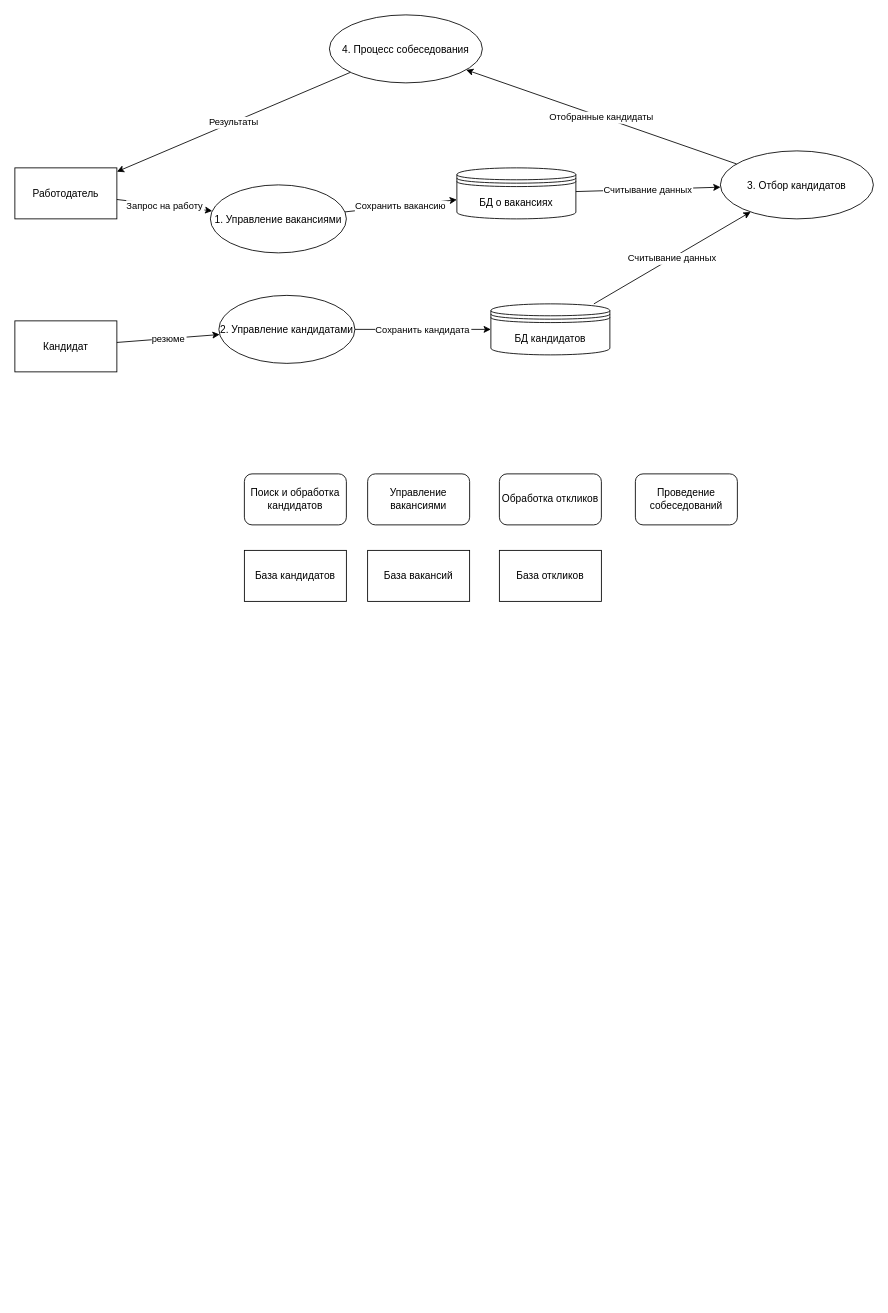
Above: page "DFD Level 1" (2 of 2) of DFD.drawio in Regdal-cyber/Coursework (draw.io), before the change. Source tidied: cells renumbered, new cells numbered last; positions are measured from the earlier drawing's top-left corner, leaving out a move shared by most shapes. Both pictures are drawn from the tidied source at 85%, with x=0, y=0 at pixel (14, 14).
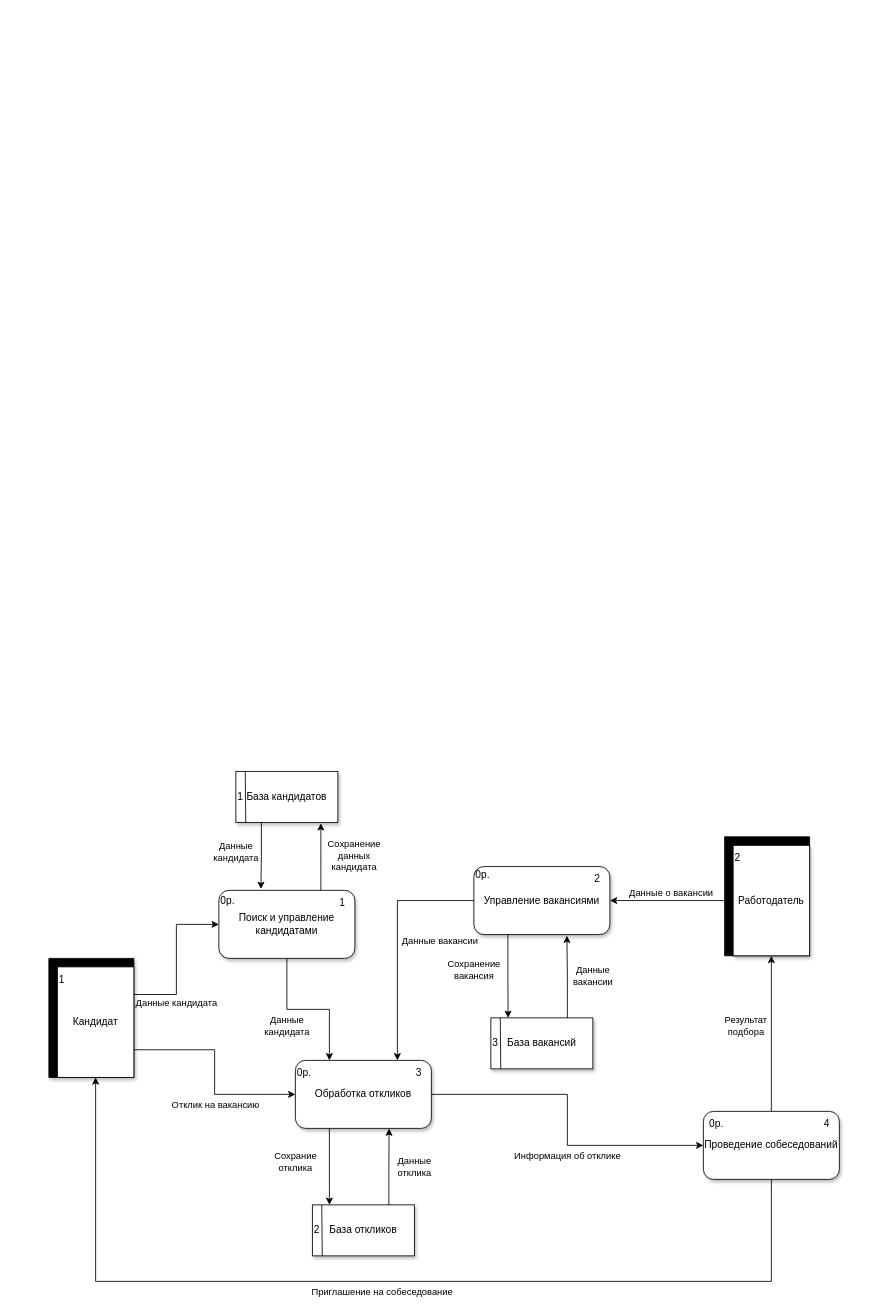
Above is the later version.

What changed in the source:
```diff
@@
+    <mxCell id="25" style="verticalLabelPosition=bottom;verticalAlign=top;html=1;shape=mxgraph.basic.rect;fillColor2=none;strokeWidth=1;size=20;indent=5;fillColor=#000000;" parent="1" vertex="1">
+      <mxGeometry x="835" y="967" width="100" height="140" as="geometry" />
+    </mxCell>
+    <mxCell id="26" value="Данные&lt;br&gt;кандидата" style="edgeStyle=orthogonalEdgeStyle;rounded=0;jettySize=auto;html=1;entryX=0.25;entryY=0;entryDx=0;entryDy=0;labelBackgroundColor=none;" parent="1" edge="1" source="18" target="20">
+      <mxGeometry x="-0.29" y="-20" relative="1" as="geometry" />
+    </mxCell>
+    <mxCell id="18" value="Поиск и управление кандидатами" style="rounded=1;whiteSpace=wrap;html=1;textShadow=0;shadow=1;" parent="1" vertex="1">
+      <mxGeometry x="240" y="1030" width="160" height="80" as="geometry" />
+    </mxCell>
+    <mxCell id="27" value="Приглашение на собеседование" style="edgeStyle=orthogonalEdgeStyle;rounded=0;jettySize=auto;html=1;exitX=0.5;exitY=1;exitDx=0;exitDy=0;labelBackgroundColor=none;verticalAlign=top;entryX=0.5;entryY=1;entryDx=0;entryDy=0;" parent="1" edge="1" source="19" target="3">
+      <mxGeometry relative="1" as="geometry">
+        <Array as="points">
+          <mxPoint x="890" y="1490" />
+          <mxPoint x="95" y="1490" />
+        </Array>
+      </mxGeometry>
+    </mxCell>
+    <mxCell id="28" value="Результат&lt;br&gt;подбора" style="edgeStyle=orthogonalEdgeStyle;rounded=0;jettySize=auto;html=1;entryX=0.5;entryY=1;entryDx=0;entryDy=0;labelBackgroundColor=none;" parent="1" edge="1" source="19" target="2">
+      <mxGeometry x="0.09" y="30" relative="1" as="geometry" />
+    </mxCell>
+    <mxCell id="19" value="Проведение собеседований" style="rounded=1;whiteSpace=wrap;html=1;textShadow=0;shadow=1;" parent="1" vertex="1">
+      <mxGeometry x="810" y="1290" width="160" height="80" as="geometry" />
+    </mxCell>
+    <mxCell id="29" value="Информация об отклике" style="edgeStyle=orthogonalEdgeStyle;rounded=0;jettySize=auto;html=1;entryX=0;entryY=0.5;entryDx=0;entryDy=0;labelBackgroundColor=none;verticalAlign=top;" parent="1" edge="1" source="20" target="19">
+      <mxGeometry x="0.16" relative="1" as="geometry" />
+    </mxCell>
+    <mxCell id="20" value="Обработка откликов" style="rounded=1;whiteSpace=wrap;html=1;textShadow=0;shadow=1;" parent="1" vertex="1">
+      <mxGeometry x="330" y="1230" width="160" height="80" as="geometry" />
+    </mxCell>
+    <mxCell id="30" value="Данные вакансии" style="edgeStyle=orthogonalEdgeStyle;rounded=0;jettySize=auto;html=1;exitX=0;exitY=0.5;exitDx=0;exitDy=0;entryX=0.75;entryY=0;entryDx=0;entryDy=0;labelBackgroundColor=none;" parent="1" edge="1" source="21" target="20">
+      <mxGeometry x="-0.71" y="48" relative="1" as="geometry" />
+    </mxCell>
+    <mxCell id="21" value="Управление вакансиями" style="rounded=1;whiteSpace=wrap;html=1;textShadow=0;shadow=1;" parent="1" vertex="1">
+      <mxGeometry x="540" y="1002" width="160" height="80" as="geometry" />
+    </mxCell>
+    <mxCell id="23" value="База вакансий" style="rounded=0;whiteSpace=wrap;html=1;strokeColor=default;shadow=1;" parent="1" vertex="1">
+      <mxGeometry x="560" y="1180" width="120" height="60" as="geometry" />
+    </mxCell>
+    <mxCell id="31" style="verticalLabelPosition=bottom;verticalAlign=top;html=1;shape=mxgraph.basic.rect;fillColor2=none;strokeWidth=1;size=20;indent=5;fillColor=#000000;shadow=1;" parent="1" vertex="1">
+      <mxGeometry x="40" y="1110" width="100" height="140" as="geometry" />
+    </mxCell>
+    <mxCell id="32" value="Данные кандидата" style="edgeStyle=orthogonalEdgeStyle;rounded=0;jettySize=auto;html=1;entryX=0;entryY=0.5;entryDx=0;entryDy=0;exitX=1;exitY=0.25;exitDx=0;exitDy=0;labelBackgroundColor=none;verticalAlign=top;" parent="1" edge="1" source="3" target="18">
+      <mxGeometry x="-0.42" relative="1" as="geometry" />
+    </mxCell>
+    <mxCell id="33" value="Отклик на вакансию" style="edgeStyle=orthogonalEdgeStyle;rounded=0;jettySize=auto;html=1;exitX=1;exitY=0.75;exitDx=0;exitDy=0;entryX=0;entryY=0.5;entryDx=0;entryDy=0;labelBackgroundColor=none;verticalAlign=top;" parent="1" edge="1" source="3" target="20">
+      <mxGeometry x="0.22" relative="1" as="geometry" />
+    </mxCell>
+    <mxCell id="3" value="Кандидат" style="rounded=0;whiteSpace=wrap;html=1;" parent="1" vertex="1">
+      <mxGeometry x="50" y="1120" width="90" height="130" as="geometry" />
+    </mxCell>
+    <mxCell id="34" value="Данные о вакансии" style="edgeStyle=orthogonalEdgeStyle;rounded=0;jettySize=auto;html=1;entryX=1;entryY=0.5;entryDx=0;entryDy=0;labelBackgroundColor=none;verticalAlign=bottom;" parent="1" edge="1" source="2" target="21">
+      <mxGeometry relative="1" as="geometry" />
+    </mxCell>
-    <mxCell id="2" value="Работодатель" style="shape=rectangle;" parent="1" vertex="1">
-      <mxGeometry y="180" width="120" height="60" as="geometry" />
+    <mxCell id="2" value="Работодатель" style="rounded=0;whiteSpace=wrap;html=1;shadow=1;" parent="1" vertex="1">
+      <mxGeometry x="845" y="977" width="90" height="130" as="geometry" />
     </mxCell>
-    <mxCell id="3" value="Кандидат" style="shape=rectangle;" parent="1" vertex="1">
-      <mxGeometry y="360" width="120" height="60" as="geometry" />
-    </mxCell>
-    <mxCell id="4" value="1. Управление вакансиями" style="ellipse;" parent="1" vertex="1">
-      <mxGeometry x="230" y="200" width="160" height="80" as="geometry" />
-    </mxCell>
-    <mxCell id="5" value="2. Управление кандидатами" style="ellipse;" parent="1" vertex="1">
-      <mxGeometry x="240" y="330" width="160" height="80" as="geometry" />
-    </mxCell>
-    <mxCell id="6" value="3. Отбор кандидатов" style="ellipse;" parent="1" vertex="1">
-      <mxGeometry x="830" y="160" width="180" height="80" as="geometry" />
-    </mxCell>
-    <mxCell id="7" value="4. Процесс собеседования" style="ellipse;" parent="1" vertex="1">
-      <mxGeometry x="370" width="180" height="80" as="geometry" />
-    </mxCell>
-    <mxCell id="8" value="БД кандидатов" style="shape=datastore;" parent="1" vertex="1">
-      <mxGeometry x="560" y="340" width="140" height="60" as="geometry" />
-    </mxCell>
-    <mxCell id="9" value="БД о вакансиях" style="shape=datastore;" parent="1" vertex="1">
-      <mxGeometry x="520" y="180" width="140" height="60" as="geometry" />
-    </mxCell>
-    <mxCell id="10" value="Запрос на работу" parent="1" edge="1" source="2" target="4">
-      <mxGeometry relative="1" as="geometry" />
-    </mxCell>
-    <mxCell id="11" value="резюме" parent="1" edge="1" source="3" target="5">
-      <mxGeometry relative="1" as="geometry" />
-    </mxCell>
-    <mxCell id="12" value="Сохранить вакансию" parent="1" edge="1" source="4" target="9">
-      <mxGeometry relative="1" as="geometry" />
-    </mxCell>
-    <mxCell id="13" value="Сохранить кандидата" parent="1" edge="1" source="5" target="8">
-      <mxGeometry relative="1" as="geometry" />
-    </mxCell>
-    <mxCell id="14" value="Считывание данных" parent="1" edge="1" source="8" target="6">
-      <mxGeometry relative="1" as="geometry" />
-    </mxCell>
-    <mxCell id="15" value="Считывание данных" parent="1" edge="1" source="9" target="6">
-      <mxGeometry relative="1" as="geometry" />
-    </mxCell>
-    <mxCell id="16" value="Отобранные кандидаты" parent="1" edge="1" source="6" target="7">
-      <mxGeometry relative="1" as="geometry" />
-    </mxCell>
-    <mxCell id="17" value="Результаты" parent="1" edge="1" source="7" target="2">
-      <mxGeometry relative="1" as="geometry" />
-    </mxCell>
-    <mxCell id="18" value="Поиск и обработка кандидатов" style="rounded=1;whiteSpace=wrap;html=1;" parent="1" vertex="1">
-      <mxGeometry x="270" y="540" width="120" height="60" as="geometry" />
-    </mxCell>
-    <mxCell id="19" value="Проведение собеседований" style="rounded=1;whiteSpace=wrap;html=1;" parent="1" vertex="1">
-      <mxGeometry x="730" y="540" width="120" height="60" as="geometry" />
-    </mxCell>
-    <mxCell id="20" value="Обработка откликов" style="rounded=1;whiteSpace=wrap;html=1;" parent="1" vertex="1">
-      <mxGeometry x="570" y="540" width="120" height="60" as="geometry" />
-    </mxCell>
-    <mxCell id="21" value="Управление вакансиями" style="rounded=1;whiteSpace=wrap;html=1;" parent="1" vertex="1">
-      <mxGeometry x="415" y="540" width="120" height="60" as="geometry" />
-    </mxCell>
+    <mxCell id="35" value="1" style="text;html=1;align=center;verticalAlign=middle;strokeColor=none;fillColor=none;" parent="1" vertex="1">
+      <mxGeometry x="370" y="1030" width="30" height="30" as="geometry" />
+    </mxCell>
+    <mxCell id="36" value="2" style="text;html=1;align=center;verticalAlign=middle;strokeColor=none;fillColor=none;" parent="1" vertex="1">
+      <mxGeometry x="670" y="1002" width="30" height="30" as="geometry" />
+    </mxCell>
+    <mxCell id="37" value="3" style="text;html=1;align=center;verticalAlign=middle;strokeColor=none;fillColor=none;" parent="1" vertex="1">
+      <mxGeometry x="460" y="1230" width="30" height="30" as="geometry" />
+    </mxCell>
+    <mxCell id="38" value="4" style="text;html=1;align=center;verticalAlign=middle;strokeColor=none;fillColor=none;" parent="1" vertex="1">
+      <mxGeometry x="940" y="1290" width="30" height="30" as="geometry" />
+    </mxCell>
+    <mxCell id="39" style="endArrow=none;html=1;rounded=0;entryX=0.092;entryY=0;entryDx=0;entryDy=0;entryPerimeter=0;exitX=0.097;exitY=1;exitDx=0;exitDy=0;exitPerimeter=0;" parent="1" edge="1" source="23" target="23">
+      <mxGeometry relative="1" as="geometry" />
+    </mxCell>
+    <mxCell id="24" value="База откликов" style="rounded=0;whiteSpace=wrap;html=1;strokeColor=default;shadow=1;" parent="1" vertex="1">
+      <mxGeometry x="350" y="1400" width="120" height="60" as="geometry" />
+    </mxCell>
+    <mxCell id="40" style="endArrow=none;html=1;rounded=0;entryX=0.092;entryY=0;entryDx=0;entryDy=0;entryPerimeter=0;exitX=0.097;exitY=1;exitDx=0;exitDy=0;exitPerimeter=0;" parent="1" edge="1" source="24" target="24">
+      <mxGeometry relative="1" as="geometry" />
+    </mxCell>
-    <mxCell id="22" value="База кандидатов" style="rounded=0;whiteSpace=wrap;html=1;" parent="1" vertex="1">
-      <mxGeometry x="270" y="630" width="120" height="60" as="geometry" />
+    <mxCell id="22" value="База кандидатов" style="rounded=0;whiteSpace=wrap;html=1;strokeColor=default;shadow=1;" parent="1" vertex="1">
+      <mxGeometry x="260" y="890" width="120" height="60" as="geometry" />
     </mxCell>
-    <mxCell id="23" value="База вакансий" style="rounded=0;whiteSpace=wrap;html=1;" parent="1" vertex="1">
-      <mxGeometry x="415" y="630" width="120" height="60" as="geometry" />
-    </mxCell>
-    <mxCell id="24" value="База откликов" style="rounded=0;whiteSpace=wrap;html=1;" parent="1" vertex="1">
-      <mxGeometry x="570" y="630" width="120" height="60" as="geometry" />
-    </mxCell>
+    <mxCell id="41" style="endArrow=none;html=1;rounded=0;entryX=0.092;entryY=0;entryDx=0;entryDy=0;entryPerimeter=0;exitX=0.097;exitY=1;exitDx=0;exitDy=0;exitPerimeter=0;" parent="1" edge="1" source="22" target="22">
+      <mxGeometry relative="1" as="geometry" />
+    </mxCell>
+    <mxCell id="42" value="Сохранение&lt;br&gt;данных&lt;br&gt;кандидата" style="edgeStyle=orthogonalEdgeStyle;rounded=0;jettySize=auto;html=1;exitX=0.75;exitY=0;exitDx=0;exitDy=0;labelBackgroundColor=none;" parent="1" edge="1" source="18">
+      <mxGeometry x="0.02" y="-40" relative="1" as="geometry">
+        <mxPoint x="360" y="951" as="targetPoint" />
+        <mxPoint x="-1" as="offset" />
+      </mxGeometry>
+    </mxCell>
+    <mxCell id="43" value="Данные&lt;br&gt;кандидата" style="edgeStyle=orthogonalEdgeStyle;rounded=0;jettySize=auto;html=1;entryX=0.309;entryY=-0.02;entryDx=0;entryDy=0;entryPerimeter=0;labelBackgroundColor=none;exitX=0.25;exitY=1;exitDx=0;exitDy=0;" parent="1" edge="1" source="22" target="18">
+      <mxGeometry x="0.03" y="-30" relative="1" as="geometry">
+        <mxPoint x="1" y="-5" as="offset" />
+      </mxGeometry>
+    </mxCell>
+    <mxCell id="44" value="Сохранение&lt;br&gt;вакансия" style="edgeStyle=orthogonalEdgeStyle;rounded=0;jettySize=auto;html=1;exitX=0.25;exitY=1;exitDx=0;exitDy=0;entryX=0.169;entryY=0;entryDx=0;entryDy=0;entryPerimeter=0;labelBackgroundColor=none;" parent="1" edge="1" source="21" target="23">
+      <mxGeometry x="-0.15" y="-40" relative="1" as="geometry" />
+    </mxCell>
+    <mxCell id="45" value="Данные&lt;br&gt;вакансии" style="edgeStyle=orthogonalEdgeStyle;rounded=0;jettySize=auto;html=1;exitX=0.75;exitY=0;exitDx=0;exitDy=0;labelBackgroundColor=none;entryX=0.684;entryY=1.016;entryDx=0;entryDy=0;entryPerimeter=0;" parent="1" edge="1" source="23" target="21">
+      <mxGeometry x="0.01" y="-30" relative="1" as="geometry">
+        <mxPoint x="30" y="30" as="offset" />
+      </mxGeometry>
+    </mxCell>
+    <mxCell id="46" value="Сохрание&lt;br&gt;отклика" style="edgeStyle=orthogonalEdgeStyle;rounded=0;jettySize=auto;html=1;exitX=0.25;exitY=1;exitDx=0;exitDy=0;entryX=0.167;entryY=0;entryDx=0;entryDy=0;entryPerimeter=0;labelBackgroundColor=none;" parent="1" edge="1" source="20" target="24">
+      <mxGeometry x="-0.11" y="-40" relative="1" as="geometry" />
+    </mxCell>
+    <mxCell id="47" value="Данные&lt;br&gt;отклика" style="edgeStyle=orthogonalEdgeStyle;rounded=0;jettySize=auto;html=1;exitX=0.75;exitY=0;exitDx=0;exitDy=0;entryX=0.689;entryY=1.002;entryDx=0;entryDy=0;entryPerimeter=0;labelBackgroundColor=none;" parent="1" edge="1" source="24" target="20">
+      <mxGeometry y="-30" relative="1" as="geometry" />
+    </mxCell>
+    <mxCell id="48" value="1" style="text;html=1;align=center;verticalAlign=middle;strokeColor=none;fillColor=none;" parent="1" vertex="1">
+      <mxGeometry x="40" y="1120" width="30" height="30" as="geometry" />
+    </mxCell>
+    <mxCell id="49" value="2" style="text;html=1;align=center;verticalAlign=middle;strokeColor=none;fillColor=none;" parent="1" vertex="1">
+      <mxGeometry x="835" y="977" width="30" height="30" as="geometry" />
+    </mxCell>
+    <mxCell id="50" value="1" style="text;html=1;align=center;verticalAlign=middle;strokeColor=none;fillColor=none;" parent="1" vertex="1">
+      <mxGeometry x="250" y="905" width="30" height="30" as="geometry" />
+    </mxCell>
+    <mxCell id="51" value="2" style="text;html=1;align=center;verticalAlign=middle;strokeColor=none;fillColor=none;" parent="1" vertex="1">
+      <mxGeometry x="340" y="1415" width="30" height="30" as="geometry" />
+    </mxCell>
+    <mxCell id="52" value="3" style="text;html=1;align=center;verticalAlign=middle;strokeColor=none;fillColor=none;" parent="1" vertex="1">
+      <mxGeometry x="550" y="1195" width="30" height="30" as="geometry" />
+    </mxCell>
+    <mxCell id="53" value="0p." style="text;html=1;align=center;verticalAlign=middle;strokeColor=none;fillColor=none;" parent="1" vertex="1">
+      <mxGeometry x="230" y="1027" width="40" height="30" as="geometry" />
+    </mxCell>
+    <mxCell id="54" value="0p." style="text;html=1;align=center;verticalAlign=middle;strokeColor=none;fillColor=none;" parent="1" vertex="1">
+      <mxGeometry x="320" y="1230" width="40" height="30" as="geometry" />
+    </mxCell>
+    <mxCell id="55" value="0p." style="text;html=1;align=center;verticalAlign=middle;strokeColor=none;fillColor=none;" parent="1" vertex="1">
+      <mxGeometry x="530" y="997" width="40" height="30" as="geometry" />
+    </mxCell>
+    <mxCell id="56" value="0p." style="text;html=1;align=center;verticalAlign=middle;strokeColor=none;fillColor=none;" parent="1" vertex="1">
+      <mxGeometry x="805" y="1290" width="40" height="30" as="geometry" />
+    </mxCell>
```
